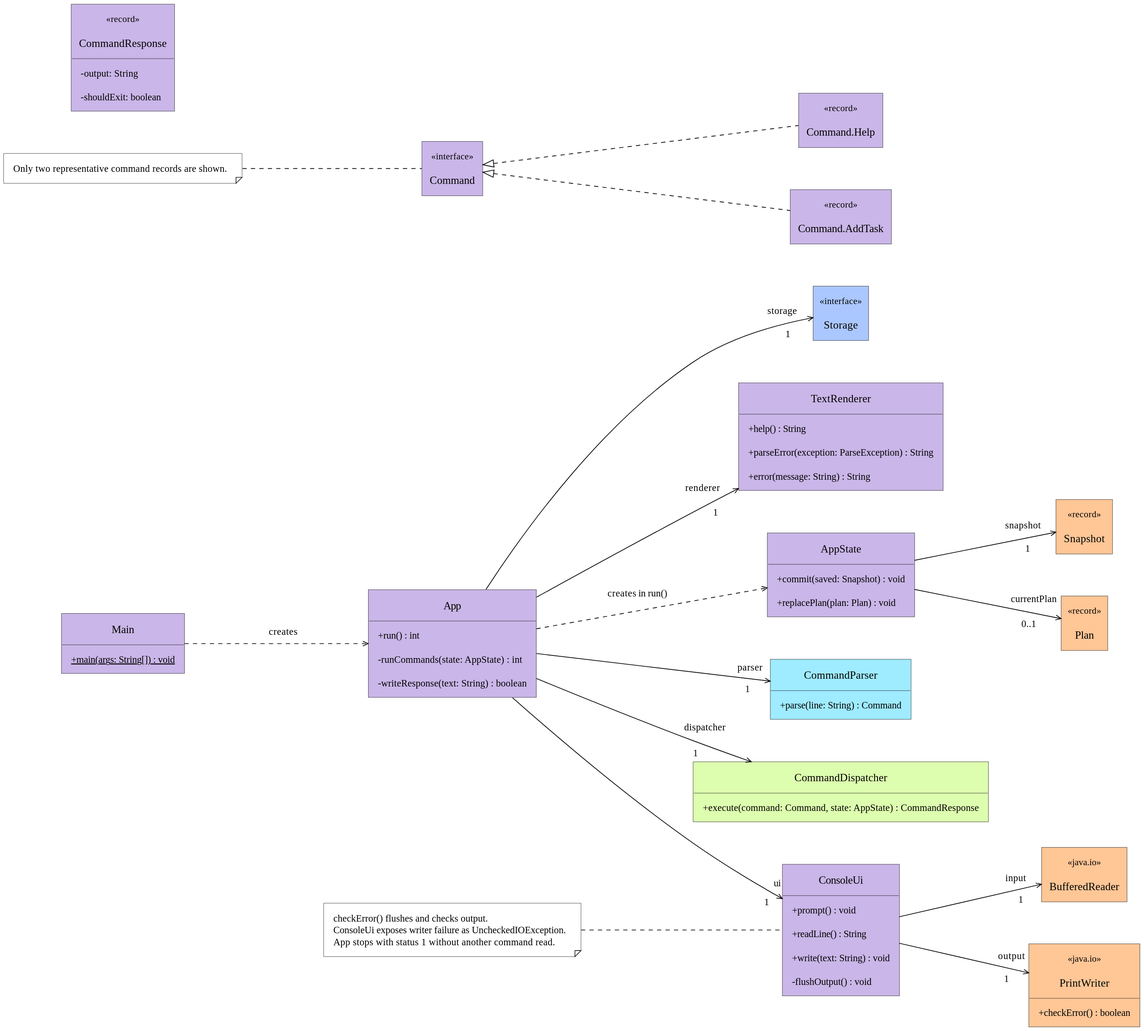
Earlier version of the PlantUML export docs/images/diagrams/ka-how-console-classes.svg (AY2627S1-CS2113-T10-1/tp). Source of this version:
```plantuml
@startuml
!include course-style.puml
left to right direction
hide empty members

class Main SHELL {
    {static} + main(args: String[]) : void
}
class App SHELL {
    + run() : int
    - runCommands(state: AppState) : int
    - writeResponse(text: String) : boolean
}
class ConsoleUi SHELL {
    + prompt() : void
    + readLine() : String
    + write(text: String) : void
    - flushOutput() : void
}
class BufferedReader <<java.io>> VALUES
class PrintWriter <<java.io>> VALUES {
    + checkError() : boolean
}
class TextRenderer SHELL {
    + help() : String
    + parseError(exception: ParseException) : String
    + error(message: String) : String
}
class AppState SHELL {
    + commit(saved: Snapshot) : void
    + replacePlan(plan: Plan) : void
}
interface Command <<interface>> SHELL
class "Command.Help" as Help <<record>> SHELL
class "Command.AddTask" as AddTask <<record>> SHELL
class CommandResponse <<record>> SHELL {
    - output: String
    - shouldExit: boolean
}
class CommandParser PARSING {
    + parse(line: String) : Command
}
class CommandDispatcher DOMAIN {
    + execute(command: Command, state: AppState) : CommandResponse
}
interface Storage <<interface>> PERSISTENCE
class Snapshot <<record>> VALUES
class Plan <<record>> VALUES

Main ..> App : creates
App --> "ui\n1" ConsoleUi
App --> "renderer\n1" TextRenderer
App --> "parser\n1" CommandParser
App --> "dispatcher\n1" CommandDispatcher
App --> "storage\n1" Storage
ConsoleUi --> "input\n1" BufferedReader
ConsoleUi --> "output\n1" PrintWriter
App ..> AppState : creates in run()
Command <|.. Help
Command <|.. AddTask
AppState --> "snapshot\n1" Snapshot
AppState --> "currentPlan\n0..1" Plan

note as CommandNote
  Only two representative command records are shown.
end note
CommandNote -[dashed]- Command

note as OutputNote
  checkError() flushes and checks output.
  ConsoleUi exposes writer failure as UncheckedIOException.
  App stops with status 1 without another command read.
end note
OutputNote -[dashed]- ConsoleUi
@enduml
```
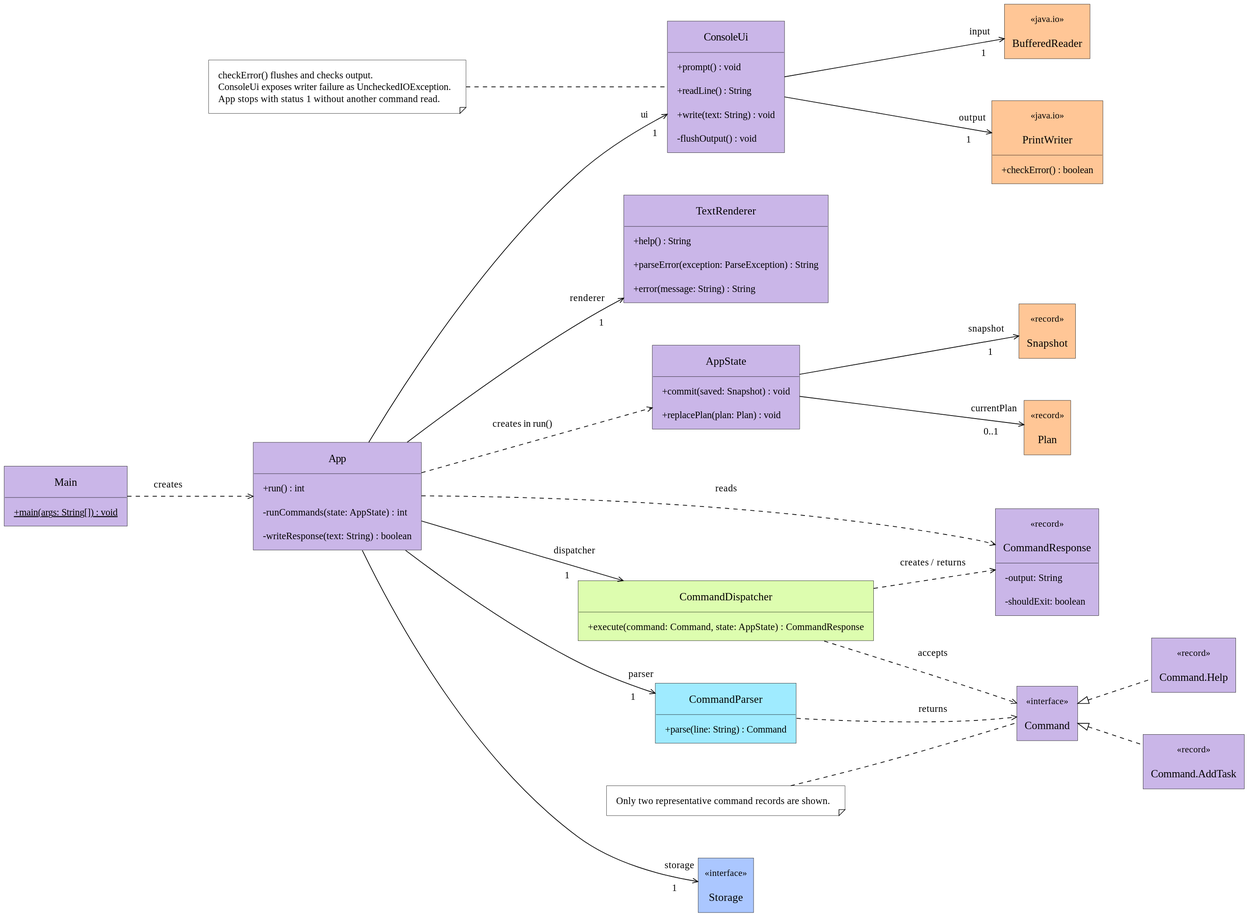
Above is the later version.

Commit message:
Connect console command transports in UML

Change to the diagram source:
```diff
@@ -56,6 +56,10 @@
 ConsoleUi --> "input\n1" BufferedReader
 ConsoleUi --> "output\n1" PrintWriter
 App ..> AppState : creates in run()
+CommandParser ..> Command : returns
+CommandDispatcher ..> Command : accepts
+CommandDispatcher ..> CommandResponse : creates / returns
+App ..> CommandResponse : reads
 Command <|.. Help
 Command <|.. AddTask
 AppState --> "snapshot\n1" Snapshot
```
